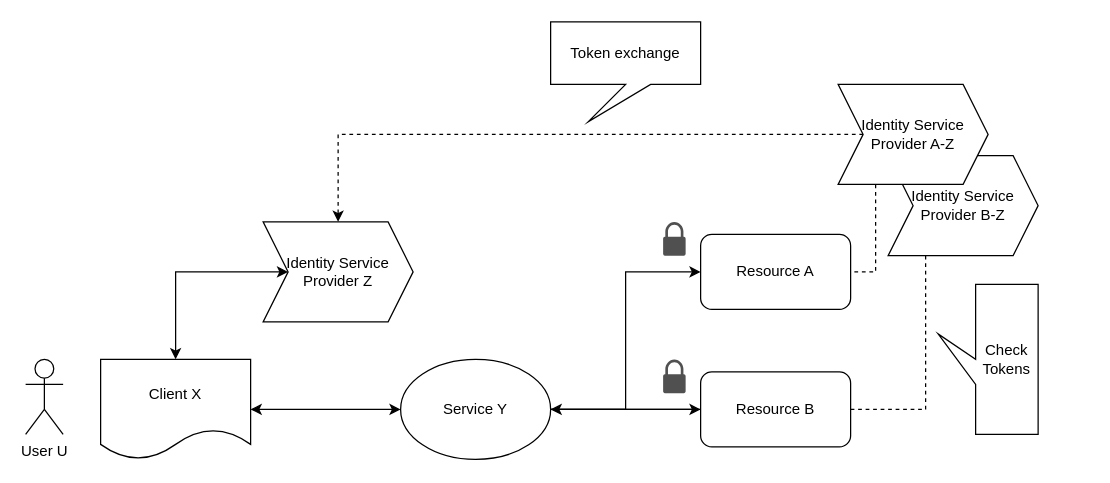
Earlier version of the draw.io diagram page "Federatief Transparante Orkestratie" (3 of 4) of overleggen/Werkgroep API design rules/orkestratie/orkestratie.drawio (Geonovum/KP-APIs). Source tidied: cells renumbered, new cells numbered last; positions are measured from the earlier drawing's top-left corner, leaving out a move shared by most shapes. Both pictures are drawn from the tidied source at 125%, with x=0, y=0 at pixel (25, 21).
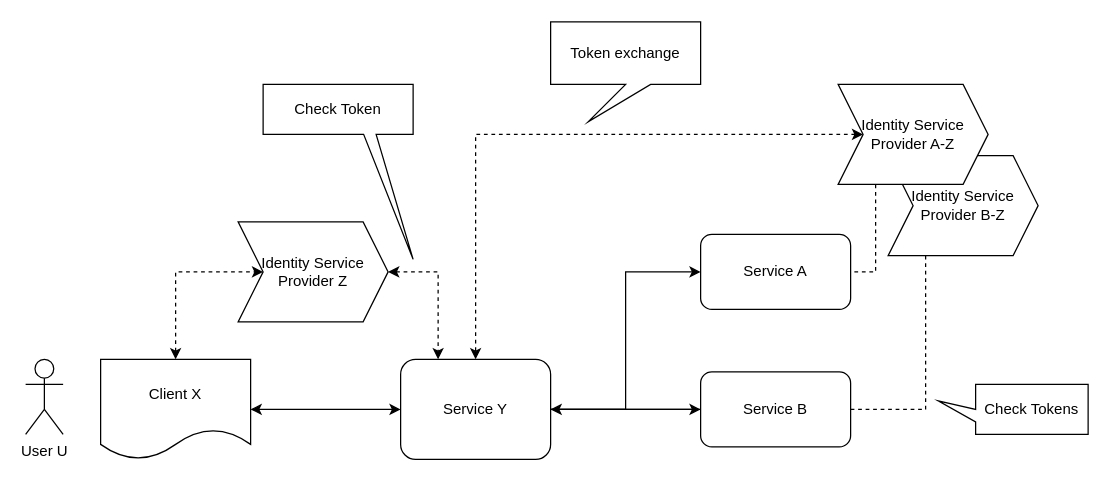
After the change.

The change refers to these unchanged cells:
```xml
<mxCell id="7" value="Client X" style="shape=document;whiteSpace=wrap;html=1;boundedLbl=1;" parent="1" vertex="1">
  <mxGeometry x="60" y="270" width="120" height="80" as="geometry" />
</mxCell>
<mxCell id="20" value="Identity Service Provider A-Z" style="shape=step;perimeter=stepPerimeter;whiteSpace=wrap;html=1;fixedSize=1;" parent="1" vertex="1">
  <mxGeometry x="650" y="50" width="120" height="80" as="geometry" />
</mxCell>
```

Change to the diagram source:
```diff
@@
-    <mxCell id="4" value="Service Y" style="ellipse;whiteSpace=wrap;html=1;" parent="1" vertex="1">
+    <mxCell id="4" value="Service Y" style="rounded=1;whiteSpace=wrap;html=1;" parent="1" vertex="1">
       <mxGeometry x="300" y="270" width="120" height="80" as="geometry" />
     </mxCell>
@@
-    <mxCell id="6" style="edgeStyle=orthogonalEdgeStyle;rounded=0;jettySize=auto;html=1;entryX=0;entryY=0.5;entryDx=0;entryDy=0;startArrow=classic;startFill=1;" parent="1" edge="1" source="7" target="12">
+    <mxCell id="6" style="edgeStyle=orthogonalEdgeStyle;rounded=0;jettySize=auto;html=1;entryX=0;entryY=0.5;entryDx=0;entryDy=0;startArrow=classic;startFill=1;dashed=1;" parent="1" edge="1" source="7" target="12">
       <mxGeometry relative="1" as="geometry">
         <Array as="points">
           <mxPoint x="120" y="200" />
         </Array>
       </mxGeometry>
     </mxCell>
@@
-    <mxCell id="8" style="edgeStyle=orthogonalEdgeStyle;rounded=0;jettySize=auto;html=1;entryX=0.5;entryY=0;entryDx=0;entryDy=0;dashed=1;exitX=0;exitY=0.5;exitDx=0;exitDy=0;" parent="1" edge="1" source="20" target="12">
+    <mxCell id="8" style="edgeStyle=orthogonalEdgeStyle;rounded=0;jettySize=auto;html=1;dashed=1;exitX=0;exitY=0.5;exitDx=0;exitDy=0;startArrow=classic;startFill=1;" parent="1" edge="1" source="20" target="4">
       <mxGeometry relative="1" as="geometry" />
     </mxCell>
-    <mxCell id="9" value="Resource A" style="rounded=1;whiteSpace=wrap;html=1;" parent="1" vertex="1">
+    <mxCell id="9" value="Service A" style="rounded=1;whiteSpace=wrap;html=1;" parent="1" vertex="1">
       <mxGeometry x="540" y="170" width="120" height="60" as="geometry" />
     </mxCell>
@@
-    <mxCell id="11" value="Resource B" style="rounded=1;whiteSpace=wrap;html=1;" parent="1" vertex="1">
+    <mxCell id="11" value="Service B" style="rounded=1;whiteSpace=wrap;html=1;" parent="1" vertex="1">
       <mxGeometry x="540" y="280" width="120" height="60" as="geometry" />
     </mxCell>
     <mxCell id="12" value="Identity Service Provider Z" style="shape=step;perimeter=stepPerimeter;whiteSpace=wrap;html=1;fixedSize=1;" parent="1" vertex="1">
-      <mxGeometry x="190" y="160" width="120" height="80" as="geometry" />
+      <mxGeometry x="170" y="160" width="120" height="80" as="geometry" />
     </mxCell>
-    <mxCell id="13" style="sketch=0;shadow=0;dashed=0;html=1;strokeColor=none;fillColor=#505050;labelPosition=center;verticalLabelPosition=bottom;verticalAlign=top;align=center;shape=mxgraph.office.security.lock_protected;" parent="1" vertex="1">
-      <mxGeometry x="510" y="160" width="18" height="27" as="geometry" />
-    </mxCell>
-    <mxCell id="14" style="sketch=0;shadow=0;dashed=0;html=1;strokeColor=none;fillColor=#505050;labelPosition=center;verticalLabelPosition=bottom;verticalAlign=top;align=center;shape=mxgraph.office.security.lock_protected;" parent="1" vertex="1">
-      <mxGeometry x="510" y="270" width="18" height="27" as="geometry" />
-    </mxCell>
-    <mxCell id="15" value="Check Tokens" style="shape=callout;whiteSpace=wrap;html=1;perimeter=calloutPerimeter;position2=0.33;base=20;rotation=90;horizontal=0;" parent="1" vertex="1">
-      <mxGeometry x="710" y="230" width="120" height="80" as="geometry" />
+    <mxCell id="15" value="Check Tokens" style="shape=callout;whiteSpace=wrap;html=1;perimeter=calloutPerimeter;position2=0.33;base=10;rotation=90;horizontal=0;" parent="1" vertex="1">
+      <mxGeometry x="770" y="250" width="40" height="120" as="geometry" />
     </mxCell>
@@
+    <mxCell id="22" style="edgeStyle=orthogonalEdgeStyle;rounded=0;jettySize=auto;html=1;dashed=1;exitX=1;exitY=0.5;exitDx=0;exitDy=0;entryX=0.25;entryY=0;entryDx=0;entryDy=0;startArrow=classic;startFill=1;" parent="1" edge="1" source="12" target="4">
+      <mxGeometry relative="1" as="geometry" />
+    </mxCell>
+    <mxCell id="23" value="Check Token" style="shape=callout;whiteSpace=wrap;html=1;perimeter=calloutPerimeter;position2=1;size=100;position=0.67;base=10;" parent="1" vertex="1">
+      <mxGeometry x="190" y="50" width="120" height="140" as="geometry" />
+    </mxCell>
```
